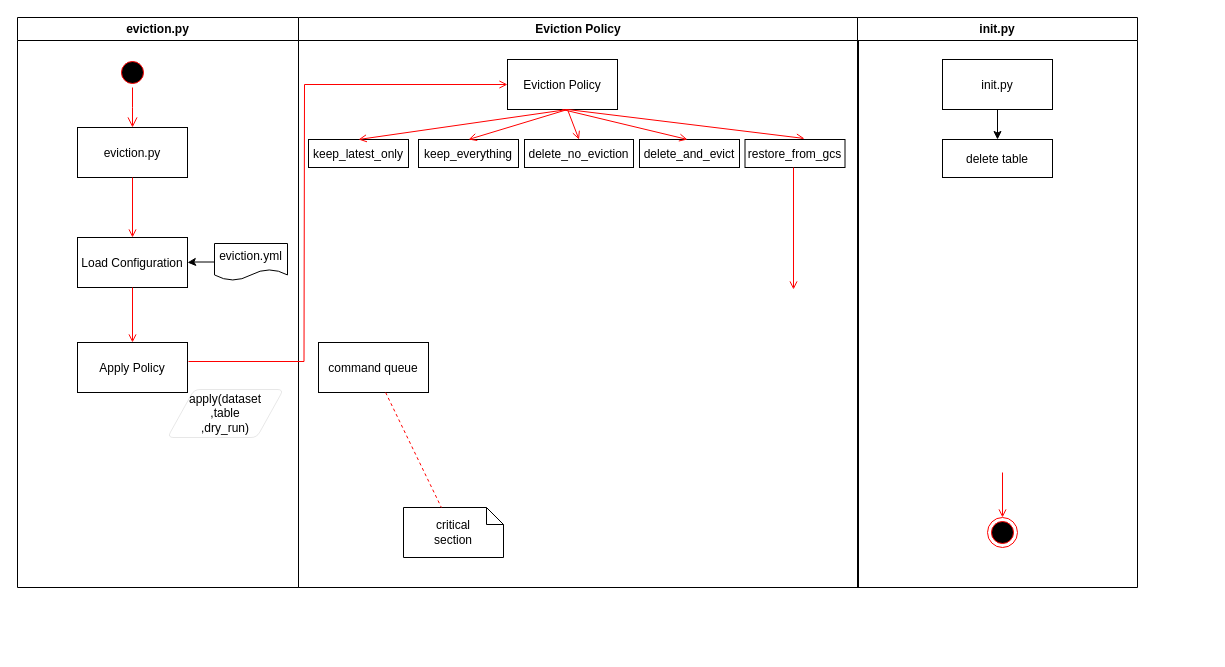
Earlier version of the draw.io diagram Untitled Diagram.drawio (geoashis/newsiq). Source tidied: cells renumbered, new cells numbered last; positions are measured from the earlier drawing's top-left corner, leaving out a move shared by most shapes. Both pictures are drawn from the tidied source at 100%, with x=0, y=0 at pixel (17, 17).
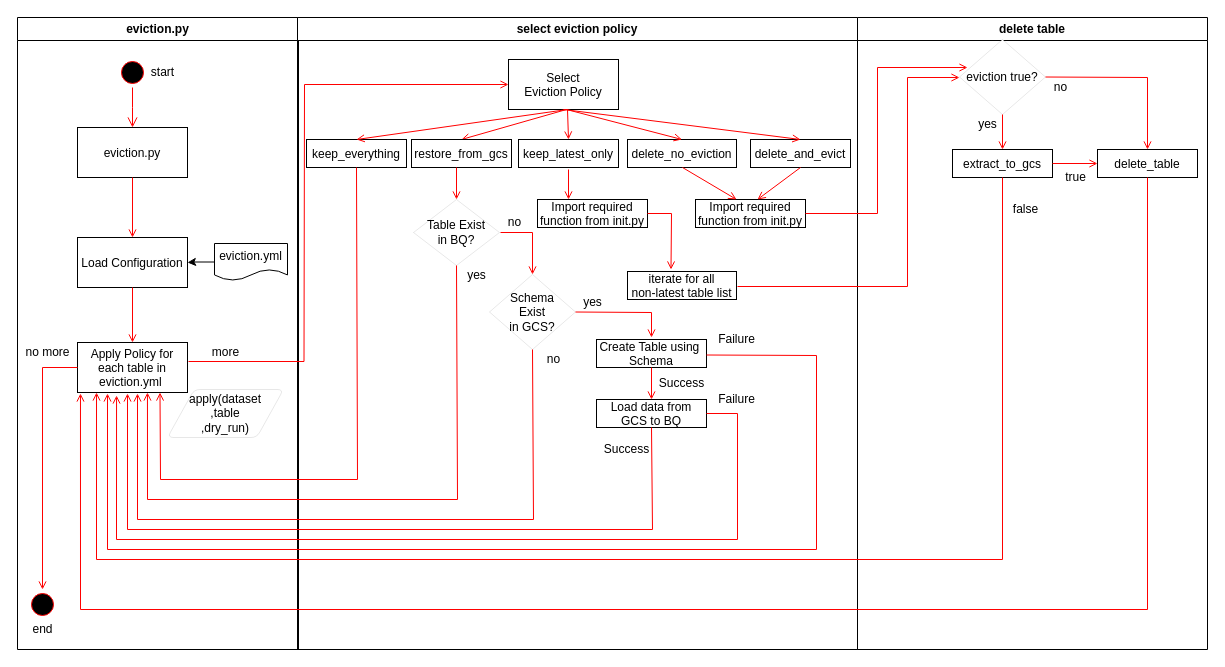
The same page after the edit.

What changed in the source:
```diff
@@
     <mxCell id="2" value="eviction.py" style="swimlane;whiteSpace=wrap;" parent="1" vertex="1">
-      <mxGeometry width="281" height="570" as="geometry" />
+      <mxGeometry width="281" height="632" as="geometry" />
     </mxCell>
@@
-    <mxCell id="8" value="Apply Policy" parent="2" vertex="1">
+    <mxCell id="8" value="Apply Policy for&#10; each table in &#10;eviction.yml " parent="2" vertex="1">
       <mxGeometry x="60" y="325" width="110" height="50" as="geometry" />
     </mxCell>
@@
+    <mxCell id="37" value="more" style="text;html=1;align=center;verticalAlign=middle;" parent="2" vertex="1">
+      <mxGeometry x="188" y="325" width="40" height="20" as="geometry" />
+    </mxCell>
+    <mxCell id="38" style="ellipse;shape=startState;fillColor=#000000;strokeColor=#ff0000;" parent="2" vertex="1">
+      <mxGeometry x="10" y="572" width="30" height="30" as="geometry" />
+    </mxCell>
+    <mxCell id="39" style="endArrow=open;strokeColor=#FF0000;endFill=1;rounded=0;entryX=0.5;entryY=0;entryDx=0;entryDy=0;exitX=0;exitY=0.5;exitDx=0;exitDy=0;" parent="2" edge="1" source="8" target="38">
+      <mxGeometry relative="1" as="geometry">
+        <Array as="points">
+          <mxPoint x="25" y="350" />
+        </Array>
+      </mxGeometry>
+    </mxCell>
+    <mxCell id="40" value="no more" style="text;html=1;align=center;verticalAlign=middle;" parent="2" vertex="1">
+      <mxGeometry y="325" width="60" height="20" as="geometry" />
+    </mxCell>
+    <mxCell id="41" value="start" style="text;html=1;align=center;verticalAlign=middle;" parent="2" vertex="1">
+      <mxGeometry x="125" y="45" width="40" height="20" as="geometry" />
+    </mxCell>
+    <mxCell id="42" value="end" style="text;html=1;align=center;verticalAlign=middle;" parent="2" vertex="1">
+      <mxGeometry x="5" y="602" width="40" height="20" as="geometry" />
+    </mxCell>
-    <mxCell id="13" value="Eviction Policy" style="swimlane;whiteSpace=wrap;" parent="1" vertex="1">
-      <mxGeometry x="281" width="560" height="570" as="geometry" />
+    <mxCell id="13" value="select eviction policy" style="swimlane;whiteSpace=wrap;" parent="1" vertex="1">
+      <mxGeometry x="280" width="560" height="632" as="geometry" />
     </mxCell>
-    <mxCell id="14" value="Eviction Policy" parent="13" vertex="1">
-      <mxGeometry x="209" y="42" width="110" height="50" as="geometry" />
+    <mxCell id="14" value="Select&#10;Eviction Policy" parent="13" vertex="1">
+      <mxGeometry x="211" y="42" width="110" height="50" as="geometry" />
     </mxCell>
     <mxCell id="15" value="delete_and_evict" parent="13" vertex="1">
-      <mxGeometry x="341" y="122" width="100" height="28" as="geometry" />
+      <mxGeometry x="453" y="122" width="100" height="28" as="geometry" />
     </mxCell>
-    <mxCell id="16" style="endArrow=open;strokeColor=#FF0000;endFill=1;rounded=0;entryX=0.595;entryY=-0.036;entryDx=0;entryDy=0;entryPerimeter=0;" parent="13" edge="1" target="23">
+    <mxCell id="16" style="endArrow=open;strokeColor=#FF0000;endFill=1;rounded=0;entryX=0.5;entryY=0;entryDx=0;entryDy=0;" parent="13" edge="1" target="23">
       <mxGeometry relative="1" as="geometry">
         <mxPoint x="269" y="92" as="sourcePoint" />
       </mxGeometry>
     </mxCell>
-    <mxCell id="17" value="command queue" parent="13" vertex="1">
-      <mxGeometry x="20" y="325" width="110" height="50" as="geometry" />
-    </mxCell>
-    <mxCell id="18" value="critical&#10;section" style="shape=note;whiteSpace=wrap;size=17;" parent="13" vertex="1">
-      <mxGeometry x="105" y="490" width="100" height="50" as="geometry" />
-    </mxCell>
-    <mxCell id="19" style="endArrow=none;strokeColor=#FF0000;endFill=0;rounded=0;dashed=1;" parent="13" edge="1" source="17" target="18">
-      <mxGeometry relative="1" as="geometry" />
-    </mxCell>
     <mxCell id="20" value="delete_no_eviction" parent="13" vertex="1">
-      <mxGeometry x="226" y="122" width="109" height="28" as="geometry" />
+      <mxGeometry x="330" y="122" width="109" height="28" as="geometry" />
     </mxCell>
     <mxCell id="21" value="keep_everything" parent="13" vertex="1">
-      <mxGeometry x="120" y="122" width="100" height="28" as="geometry" />
+      <mxGeometry x="9" y="122" width="100" height="28" as="geometry" />
     </mxCell>
     <mxCell id="22" value="keep_latest_only" parent="13" vertex="1">
-      <mxGeometry x="10" y="122" width="100" height="28" as="geometry" />
+      <mxGeometry x="221" y="122" width="100" height="28" as="geometry" />
     </mxCell>
     <mxCell id="23" value="restore_from_gcs" parent="13" vertex="1">
-      <mxGeometry x="446.5" y="122" width="100" height="28" as="geometry" />
+      <mxGeometry x="114" y="122" width="100" height="28" as="geometry" />
     </mxCell>
-    <mxCell id="24" style="endArrow=open;strokeColor=#FF0000;endFill=1;rounded=0;exitX=0.5;exitY=1;exitDx=0;exitDy=0;" parent="13" edge="1" source="14">
-      <mxGeometry relative="1" as="geometry">
-        <mxPoint x="389" y="122" as="targetPoint" />
-      </mxGeometry>
+    <mxCell id="24" style="endArrow=open;strokeColor=#FF0000;endFill=1;rounded=0;exitX=0.5;exitY=1;exitDx=0;exitDy=0;entryX=0.5;entryY=0;entryDx=0;entryDy=0;" parent="13" edge="1" source="14" target="15">
+      <mxGeometry relative="1" as="geometry" />
     </mxCell>
@@
-    <mxCell id="26" style="endArrow=open;strokeColor=#FF0000;endFill=1;rounded=0;" parent="13" edge="1">
-      <mxGeometry relative="1" as="geometry">
-        <mxPoint x="495" y="150" as="sourcePoint" />
-        <mxPoint x="495" y="272" as="targetPoint" />
-      </mxGeometry>
-    </mxCell>
+    <mxCell id="43" value="Table Exist&lt;br&gt;in BQ?" style="strokeWidth=0;html=1;shape=mxgraph.flowchart.decision;whiteSpace=wrap;rounded=1;fillColor=#ffffff;" parent="13" vertex="1">
+      <mxGeometry x="116" y="182" width="86" height="66" as="geometry" />
+    </mxCell>
+    <mxCell id="44" style="endArrow=open;strokeColor=#FF0000;endFill=1;rounded=0;entryX=0.5;entryY=0;entryDx=0;entryDy=0;exitX=0.45;exitY=1;exitDx=0;exitDy=0;entryPerimeter=0;exitPerimeter=0;" parent="13" edge="1" source="23" target="43">
+      <mxGeometry relative="1" as="geometry" />
+    </mxCell>
+    <mxCell id="45" style="endArrow=open;strokeColor=#FF0000;endFill=1;rounded=0;exitX=1;exitY=0.5;exitDx=0;exitDy=0;exitPerimeter=0;entryX=0.5;entryY=0;entryDx=0;entryDy=0;entryPerimeter=0;" parent="13" edge="1" target="47">
+      <mxGeometry relative="1" as="geometry">
+        <mxPoint x="203" y="215" as="sourcePoint" />
+        <Array as="points">
+          <mxPoint x="235" y="215" />
+        </Array>
+      </mxGeometry>
+    </mxCell>
+    <mxCell id="46" value="no" style="text;html=1;align=center;verticalAlign=middle;" parent="13" vertex="1">
+      <mxGeometry x="202" y="195" width="30" height="20" as="geometry" />
+    </mxCell>
+    <mxCell id="47" value="Schema&lt;br&gt;Exist&lt;br&gt;in GCS?" style="strokeWidth=0;html=1;shape=mxgraph.flowchart.decision;whiteSpace=wrap;rounded=1;fillColor=#ffffff;" parent="13" vertex="1">
+      <mxGeometry x="192" y="257" width="86" height="75" as="geometry" />
+    </mxCell>
+    <mxCell id="48" value="Create Table using &#10;Schema" parent="13" vertex="1">
+      <mxGeometry x="299" y="322" width="110" height="28" as="geometry" />
+    </mxCell>
+    <mxCell id="49" style="endArrow=open;strokeColor=#FF0000;endFill=1;rounded=0;exitX=1;exitY=0.5;exitDx=0;exitDy=0;exitPerimeter=0;" parent="13" edge="1" source="47">
+      <mxGeometry relative="1" as="geometry">
+        <mxPoint x="354" y="320" as="targetPoint" />
+        <Array as="points">
+          <mxPoint x="354" y="295" />
+        </Array>
+      </mxGeometry>
+    </mxCell>
+    <mxCell id="50" value="Load data from &#10;GCS to BQ" parent="13" vertex="1">
+      <mxGeometry x="299" y="382" width="110" height="28" as="geometry" />
+    </mxCell>
+    <mxCell id="51" style="endArrow=open;strokeColor=#FF0000;endFill=1;rounded=0;exitX=0.5;exitY=1;exitDx=0;exitDy=0;" parent="13" edge="1" source="48" target="50">
+      <mxGeometry relative="1" as="geometry" />
+    </mxCell>
+    <mxCell id="52" style="endArrow=open;strokeColor=#FF0000;endFill=1;rounded=0;exitX=1;exitY=0.5;exitDx=0;exitDy=0;exitPerimeter=0;" parent="13" edge="1">
+      <mxGeometry relative="1" as="geometry">
+        <mxPoint x="409" y="337.5" as="sourcePoint" />
+        <mxPoint x="-190" y="376" as="targetPoint" />
+        <Array as="points">
+          <mxPoint x="519" y="338" />
+          <mxPoint x="519" y="532" />
+          <mxPoint x="-190" y="532" />
+        </Array>
+      </mxGeometry>
+    </mxCell>
+    <mxCell id="53" value="Failure" style="text;html=1;align=center;verticalAlign=middle;" parent="13" vertex="1">
+      <mxGeometry x="414" y="312" width="50" height="20" as="geometry" />
+    </mxCell>
+    <mxCell id="54" value="Failure" style="text;html=1;align=center;verticalAlign=middle;" parent="13" vertex="1">
+      <mxGeometry x="414" y="372" width="50" height="20" as="geometry" />
+    </mxCell>
+    <mxCell id="55" value="Success" style="text;html=1;align=center;verticalAlign=middle;" parent="13" vertex="1">
+      <mxGeometry x="354" y="356" width="60" height="20" as="geometry" />
+    </mxCell>
+    <mxCell id="56" value="Success" style="text;html=1;align=center;verticalAlign=middle;" parent="13" vertex="1">
+      <mxGeometry x="299" y="422" width="60" height="20" as="geometry" />
+    </mxCell>
+    <mxCell id="57" value="yes" style="text;html=1;align=center;verticalAlign=middle;" parent="13" vertex="1">
+      <mxGeometry x="280" y="274.5" width="30" height="20" as="geometry" />
+    </mxCell>
+    <mxCell id="58" value="no" style="text;html=1;align=center;verticalAlign=middle;" parent="13" vertex="1">
+      <mxGeometry x="241" y="332" width="30" height="20" as="geometry" />
+    </mxCell>
+    <mxCell id="59" value="yes" style="text;html=1;align=center;verticalAlign=middle;" parent="13" vertex="1">
+      <mxGeometry x="164" y="248" width="30" height="20" as="geometry" />
+    </mxCell>
+    <mxCell id="60" value="iterate for all &#10;non-latest table list" parent="13" vertex="1">
+      <mxGeometry x="330" y="254" width="109" height="28" as="geometry" />
+    </mxCell>
+    <mxCell id="61" value="Import required&#10;function from init.py" parent="13" vertex="1">
+      <mxGeometry x="398" y="182" width="110" height="28" as="geometry" />
+    </mxCell>
+    <mxCell id="62" style="endArrow=open;strokeColor=#FF0000;endFill=1;rounded=0;entryX=0.373;entryY=0;entryDx=0;entryDy=0;entryPerimeter=0;" parent="13" edge="1" target="61">
+      <mxGeometry relative="1" as="geometry">
+        <mxPoint x="385" y="150" as="sourcePoint" />
+      </mxGeometry>
+    </mxCell>
+    <mxCell id="63" value="Import required&#10;function from init.py" parent="13" vertex="1">
+      <mxGeometry x="240" y="182" width="110" height="28" as="geometry" />
+    </mxCell>
+    <mxCell id="64" style="endArrow=open;strokeColor=#FF0000;endFill=1;rounded=0;exitX=1;exitY=0.5;exitDx=0;exitDy=0;" parent="13" edge="1" source="63">
+      <mxGeometry relative="1" as="geometry">
+        <mxPoint x="373.5" y="252" as="targetPoint" />
+        <Array as="points">
+          <mxPoint x="374" y="196" />
+        </Array>
+      </mxGeometry>
+    </mxCell>
-    <mxCell id="27" value="init.py" style="swimlane;whiteSpace=wrap;" parent="1" vertex="1">
-      <mxGeometry x="840" width="280" height="570" as="geometry" />
+    <mxCell id="27" value="delete table" style="swimlane;whiteSpace=wrap;" parent="1" vertex="1">
+      <mxGeometry x="840" width="350" height="632" as="geometry" />
     </mxCell>
-    <mxCell id="28" style="ellipse;shape=endState;fillColor=#000000;strokeColor=#ff0000;" parent="27" vertex="1">
-      <mxGeometry x="130" y="500" width="30" height="30" as="geometry" />
-    </mxCell>
-    <mxCell id="29" style="endArrow=open;strokeColor=#FF0000;endFill=1;rounded=0;" parent="27" edge="1" target="28">
-      <mxGeometry relative="1" as="geometry">
-        <mxPoint x="145" y="455" as="sourcePoint" />
-      </mxGeometry>
-    </mxCell>
-    <mxCell id="30" style="edgeStyle=orthogonalEdgeStyle;rounded=0;jettySize=auto;html=1;" parent="27" edge="1" source="31" target="32">
-      <mxGeometry relative="1" as="geometry" />
-    </mxCell>
-    <mxCell id="31" value="init.py" parent="27" vertex="1">
-      <mxGeometry x="85" y="42" width="110" height="50" as="geometry" />
-    </mxCell>
-    <mxCell id="32" value="delete table" parent="27" vertex="1">
-      <mxGeometry x="85" y="122" width="110" height="38" as="geometry" />
-    </mxCell>
+    <mxCell id="65" value="eviction true?" style="strokeWidth=0;html=1;shape=mxgraph.flowchart.decision;whiteSpace=wrap;rounded=1;fillColor=#ffffff;" parent="27" vertex="1">
+      <mxGeometry x="102" y="22" width="86" height="75" as="geometry" />
+    </mxCell>
+    <mxCell id="66" value="extract_to_gcs" parent="27" vertex="1">
+      <mxGeometry x="95" y="132" width="100" height="28" as="geometry" />
+    </mxCell>
+    <mxCell id="67" style="endArrow=open;strokeColor=#FF0000;endFill=1;rounded=0;exitX=0.5;exitY=1;exitDx=0;exitDy=0;exitPerimeter=0;entryX=0.5;entryY=0;entryDx=0;entryDy=0;" parent="27" edge="1" source="65" target="66">
+      <mxGeometry relative="1" as="geometry" />
+    </mxCell>
+    <mxCell id="68" value="yes" style="text;html=1;align=center;verticalAlign=middle;" parent="27" vertex="1">
+      <mxGeometry x="115" y="97" width="30" height="20" as="geometry" />
+    </mxCell>
+    <mxCell id="69" value="delete_table" parent="27" vertex="1">
+      <mxGeometry x="240" y="132" width="100" height="28" as="geometry" />
+    </mxCell>
+    <mxCell id="70" style="endArrow=open;strokeColor=#FF0000;endFill=1;rounded=0;exitX=1;exitY=0.5;exitDx=0;exitDy=0;exitPerimeter=0;entryX=0.5;entryY=0;entryDx=0;entryDy=0;" parent="27" edge="1" source="65" target="69">
+      <mxGeometry relative="1" as="geometry">
+        <Array as="points">
+          <mxPoint x="290" y="60" />
+        </Array>
+      </mxGeometry>
+    </mxCell>
+    <mxCell id="71" style="endArrow=open;strokeColor=#FF0000;endFill=1;rounded=0;exitX=1;exitY=0.5;exitDx=0;exitDy=0;entryX=0;entryY=0.5;entryDx=0;entryDy=0;" parent="27" edge="1" source="66" target="69">
+      <mxGeometry relative="1" as="geometry" />
+    </mxCell>
+    <mxCell id="72" value="no" style="text;html=1;align=center;verticalAlign=middle;" parent="27" vertex="1">
+      <mxGeometry x="188" y="59.5" width="30" height="20" as="geometry" />
+    </mxCell>
+    <mxCell id="73" value="true" style="text;html=1;align=center;verticalAlign=middle;" parent="27" vertex="1">
+      <mxGeometry x="198" y="150" width="40" height="20" as="geometry" />
+    </mxCell>
+    <mxCell id="74" value="false" style="text;html=1;align=center;verticalAlign=middle;" parent="27" vertex="1">
+      <mxGeometry x="148" y="182" width="40" height="20" as="geometry" />
+    </mxCell>
+    <mxCell id="75" style="endArrow=open;strokeColor=#FF0000;endFill=1;rounded=0;exitX=0.5;exitY=1;exitDx=0;exitDy=0;entryX=0.027;entryY=1.02;entryDx=0;entryDy=0;entryPerimeter=0;" parent="27" edge="1" target="8">
+      <mxGeometry relative="1" as="geometry">
+        <mxPoint x="290" y="160" as="sourcePoint" />
+        <Array as="points">
+          <mxPoint x="290" y="592" />
+          <mxPoint x="-777" y="592" />
+        </Array>
+      </mxGeometry>
+    </mxCell>
@@
+    <mxCell id="76" style="endArrow=open;strokeColor=#FF0000;endFill=1;rounded=0;exitX=0.5;exitY=1;exitDx=0;exitDy=0;exitPerimeter=0;" parent="1" edge="1" source="47">
+      <mxGeometry relative="1" as="geometry">
+        <mxPoint x="120" y="376" as="targetPoint" />
+        <Array as="points">
+          <mxPoint x="516" y="502" />
+          <mxPoint x="120" y="502" />
+        </Array>
+      </mxGeometry>
+    </mxCell>
+    <mxCell id="77" style="endArrow=open;strokeColor=#FF0000;endFill=1;rounded=0;exitX=0.5;exitY=1;exitDx=0;exitDy=0;entryX=0.75;entryY=1;entryDx=0;entryDy=0;" parent="1" edge="1" source="21" target="8">
+      <mxGeometry relative="1" as="geometry">
+        <Array as="points">
+          <mxPoint x="340" y="462" />
+          <mxPoint x="143" y="462" />
+        </Array>
+      </mxGeometry>
+    </mxCell>
+    <mxCell id="78" style="endArrow=open;strokeColor=#FF0000;endFill=1;rounded=0;exitX=0.5;exitY=1;exitDx=0;exitDy=0;exitPerimeter=0;entryX=0.636;entryY=1;entryDx=0;entryDy=0;entryPerimeter=0;" parent="1" edge="1" source="43" target="8">
+      <mxGeometry relative="1" as="geometry">
+        <Array as="points">
+          <mxPoint x="440" y="482" />
+          <mxPoint x="130" y="482" />
+        </Array>
+      </mxGeometry>
+    </mxCell>
+    <mxCell id="79" style="endArrow=open;strokeColor=#FF0000;endFill=1;rounded=0;exitX=0.5;exitY=1;exitDx=0;exitDy=0;" parent="1" edge="1" source="50">
+      <mxGeometry relative="1" as="geometry">
+        <mxPoint x="110" y="376" as="targetPoint" />
+        <Array as="points">
+          <mxPoint x="635" y="512" />
+          <mxPoint x="110" y="512" />
+        </Array>
+      </mxGeometry>
+    </mxCell>
+    <mxCell id="80" style="endArrow=open;strokeColor=#FF0000;endFill=1;rounded=0;" parent="1" edge="1">
+      <mxGeometry relative="1" as="geometry">
+        <mxPoint x="720" y="269" as="sourcePoint" />
+        <mxPoint x="942" y="60" as="targetPoint" />
+        <Array as="points">
+          <mxPoint x="890" y="269" />
+          <mxPoint x="890" y="60" />
+        </Array>
+      </mxGeometry>
+    </mxCell>
+    <mxCell id="81" style="endArrow=open;strokeColor=#FF0000;endFill=1;rounded=0;exitX=1;exitY=0.5;exitDx=0;exitDy=0;" parent="1" edge="1" source="61">
+      <mxGeometry relative="1" as="geometry">
+        <mxPoint x="950" y="50" as="targetPoint" />
+        <Array as="points">
+          <mxPoint x="860" y="196" />
+          <mxPoint x="860" y="50" />
+        </Array>
+      </mxGeometry>
+    </mxCell>
+    <mxCell id="82" style="endArrow=open;strokeColor=#FF0000;endFill=1;rounded=0;exitX=0.5;exitY=1;exitDx=0;exitDy=0;" parent="1" edge="1" source="15">
+      <mxGeometry relative="1" as="geometry">
+        <mxPoint x="740" y="182" as="targetPoint" />
+      </mxGeometry>
+    </mxCell>
+    <mxCell id="83" style="endArrow=open;strokeColor=#FF0000;endFill=1;rounded=0;" parent="1" edge="1">
+      <mxGeometry relative="1" as="geometry">
+        <mxPoint x="551" y="152" as="sourcePoint" />
+        <mxPoint x="551" y="182" as="targetPoint" />
+      </mxGeometry>
+    </mxCell>
+    <mxCell id="84" style="endArrow=open;strokeColor=#FF0000;endFill=1;rounded=0;exitX=0.5;exitY=1;exitDx=0;exitDy=0;entryX=0.173;entryY=1;entryDx=0;entryDy=0;entryPerimeter=0;" parent="1" edge="1" source="66" target="8">
+      <mxGeometry relative="1" as="geometry">
+        <Array as="points">
+          <mxPoint x="985" y="542" />
+          <mxPoint x="79" y="542" />
+        </Array>
+      </mxGeometry>
+    </mxCell>
+    <mxCell id="85" style="endArrow=open;strokeColor=#FF0000;endFill=1;rounded=0;entryX=0.355;entryY=1.06;entryDx=0;entryDy=0;entryPerimeter=0;exitX=1;exitY=0.5;exitDx=0;exitDy=0;" parent="1" edge="1" source="50" target="8">
+      <mxGeometry relative="1" as="geometry">
+        <Array as="points">
+          <mxPoint x="720" y="396" />
+          <mxPoint x="720" y="522" />
+          <mxPoint x="99" y="522" />
+        </Array>
+      </mxGeometry>
+    </mxCell>
```
